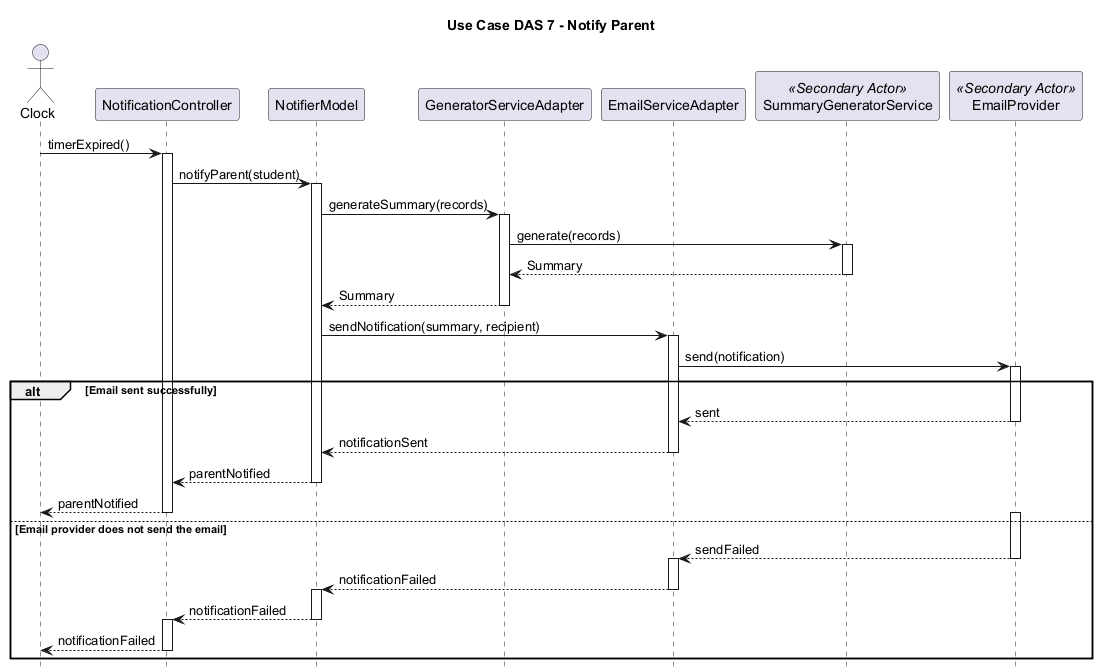
The PlantUML diagram DAS_7/backend/docs/sequenceDiagram7_2.png in Bwooonggg/ESC-C2T5, before a commit. The source it was exported from:
```plantuml
@startuml
title Use Case DAS 7 - Notify Parent

hide footbox
autoactivate off
skinparam backgroundColor white

actor Clock
participant NotificationController
participant NotifierModel
participant GeneratorServiceAdapter
participant EmailServiceAdapter
participant SummaryGeneratorService as SummaryService <<Secondary Actor>>
participant EmailProvider <<Secondary Actor>>

Clock -> NotificationController : timerExpired()
activate NotificationController
NotificationController -> NotifierModel : notifyParent(student)
activate NotifierModel

NotifierModel -> GeneratorServiceAdapter : generateSummary(records)
activate GeneratorServiceAdapter
GeneratorServiceAdapter -> SummaryService : generate(records)
activate SummaryService
SummaryService --> GeneratorServiceAdapter -- : Summary
GeneratorServiceAdapter --> NotifierModel -- : Summary

NotifierModel -> EmailServiceAdapter : sendNotification(summary, recipient)
activate EmailServiceAdapter
EmailServiceAdapter -> EmailProvider : send(notification)
activate EmailProvider

alt Email sent successfully
  EmailProvider --> EmailServiceAdapter -- : sent
  EmailServiceAdapter --> NotifierModel -- : notificationSent
  NotifierModel --> NotificationController -- : parentNotified
  NotificationController --> Clock -- : parentNotified
else Email provider does not send the email
  activate EmailProvider
  EmailProvider --> EmailServiceAdapter -- : sendFailed
  activate EmailServiceAdapter
  EmailServiceAdapter --> NotifierModel -- : notificationFailed
  activate NotifierModel
  NotifierModel --> NotificationController -- : notificationFailed
  activate NotificationController
  NotificationController --> Clock -- : notificationFailed
end

@enduml
```
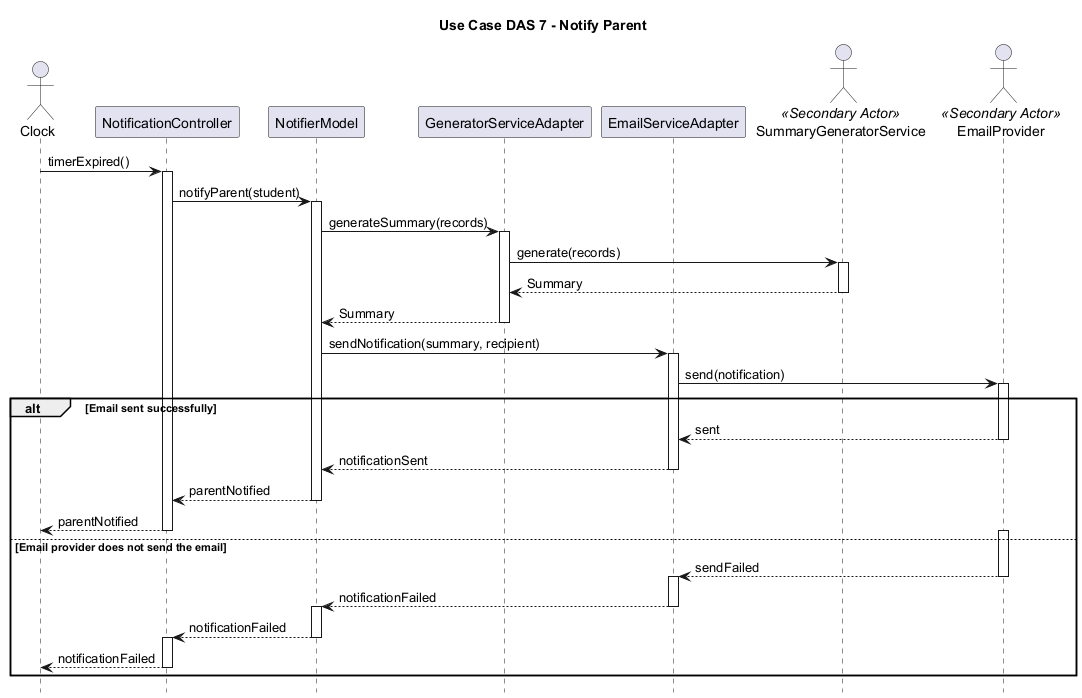
Above is the later version.

Commit message:
docs(DAS7 backend): aligned backend architecture with sequence diagrams

What changed in the source:
```diff
@@ -10,8 +10,8 @@
 participant NotifierModel
 participant GeneratorServiceAdapter
 participant EmailServiceAdapter
-participant SummaryGeneratorService as SummaryService <<Secondary Actor>>
-participant EmailProvider <<Secondary Actor>>
+actor SummaryGeneratorService as SummaryService <<Secondary Actor>>
+actor EmailProvider <<Secondary Actor>>
 
 Clock -> NotificationController : timerExpired()
 activate NotificationController
```
